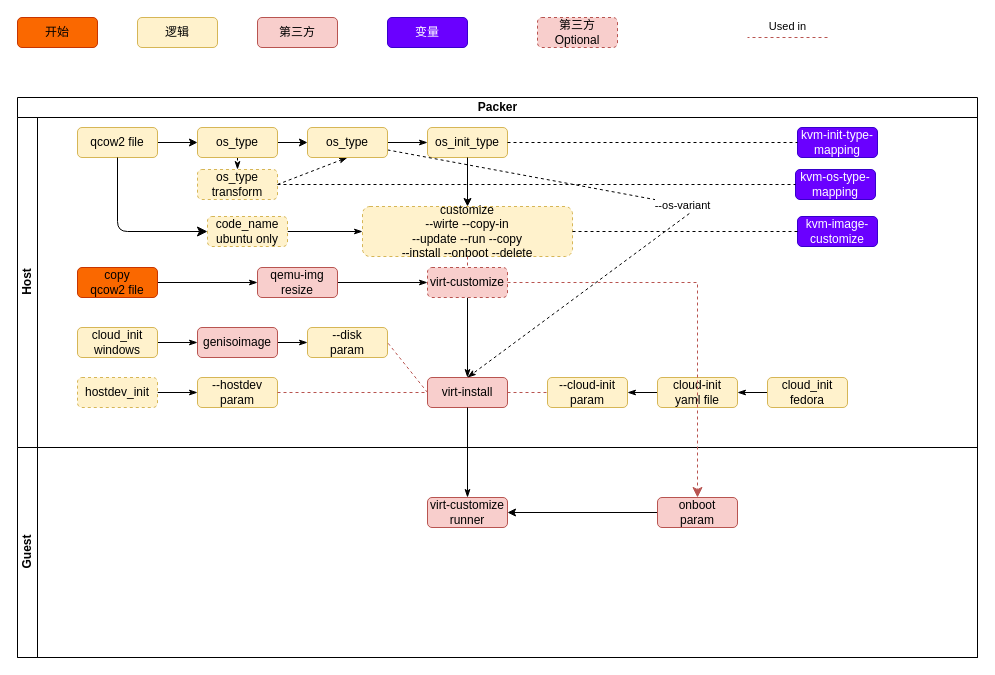
Earlier version of the draw.io diagram page "create server" (1 of 3) of docs/tips/drawio/kvm.drawio (ShaoOrg/bulletin). Source tidied: cells renumbered, new cells numbered last; positions are measured from the earlier drawing's top-left corner, leaving out a move shared by most shapes. Both pictures are drawn from the tidied source at 100%, with x=0, y=0 at pixel (17, 17).
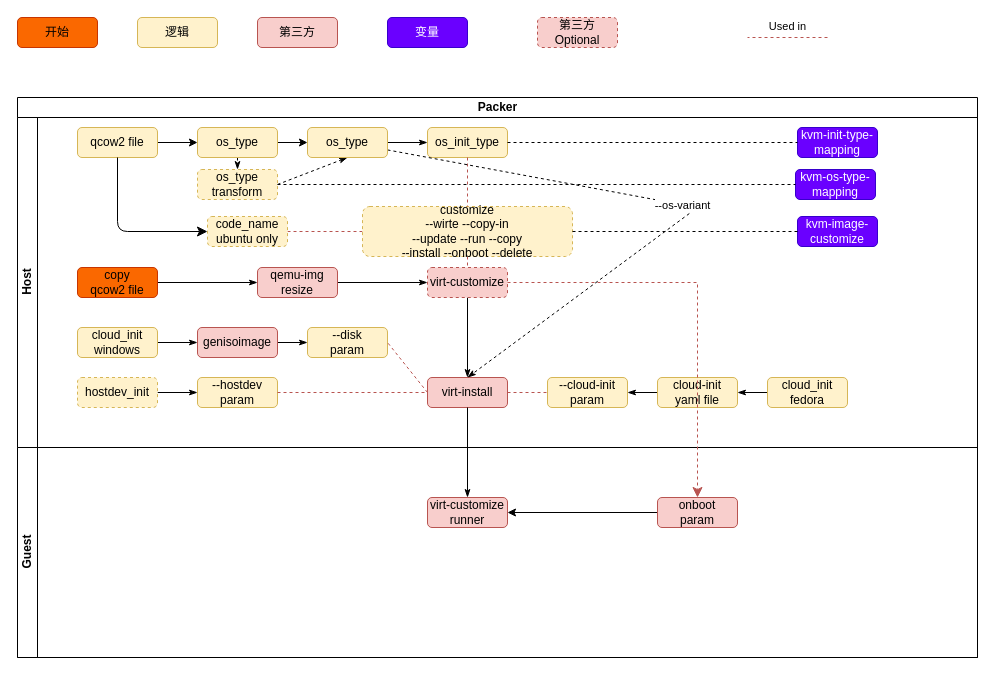
After the change.

Commit message (it also covers changes not shown here):
NOCR: committed by shell from SSZ-JOB

Unchanged cells that the change refers to:
```xml
<mxCell id="6" value="Host" style="swimlane;startSize=20;horizontal=0;html=1;" parent="5" vertex="1">
  <mxGeometry y="20" width="960" height="330" as="geometry" />
</mxCell>
<mxCell id="12" value="os_init_type" style="rounded=1;whiteSpace=wrap;html=1;fillColor=#fff2cc;strokeColor=#d6b656;" parent="6" vertex="1">
  <mxGeometry x="410" y="10" width="80" height="30" as="geometry" />
</mxCell>
<mxCell id="15" value="code_name&lt;br&gt;ubuntu only" style="rounded=1;whiteSpace=wrap;html=1;fillColor=#fff2cc;strokeColor=#d6b656;dashed=1;" parent="6" vertex="1">
  <mxGeometry x="190" y="99" width="80" height="30" as="geometry" />
</mxCell>
<mxCell id="19" value="customize&lt;br&gt;--wirte --copy-in&lt;br&gt;--update --run --copy &lt;br&gt;--install --onboot --delete" style="rounded=1;whiteSpace=wrap;html=1;fillColor=#fff2cc;strokeColor=#d6b656;dashed=1;" parent="6" vertex="1">
  <mxGeometry x="345" y="89" width="210" height="50" as="geometry" />
</mxCell>
```

Diff of the diagram source:
```diff
@@
-    <mxCell id="14" style="edgeStyle=none;html=1;entryX=0;entryY=0.5;entryDx=0;entryDy=0;endArrow=classicThin;endFill=1;" parent="6" edge="1" source="15" target="19">
+    <mxCell id="14" style="edgeStyle=none;html=1;entryX=0;entryY=0.5;entryDx=0;entryDy=0;endArrow=none;endFill=1;strokeColor=#b85450;dashed=1;spacingBottom=22;fillColor=#f8cecc;" parent="6" edge="1" source="15" target="19">
       <mxGeometry relative="1" as="geometry" />
     </mxCell>
@@
-    <mxCell id="20" style="edgeStyle=none;html=1;entryX=0.5;entryY=0;entryDx=0;entryDy=0;exitX=0.5;exitY=1;exitDx=0;exitDy=0;" parent="6" edge="1" source="12" target="19">
+    <mxCell id="20" style="edgeStyle=none;html=1;entryX=0.5;entryY=0;entryDx=0;entryDy=0;exitX=0.5;exitY=1;exitDx=0;exitDy=0;endArrow=none;strokeColor=#b85450;dashed=1;spacingBottom=22;fillColor=#f8cecc;" parent="6" edge="1" source="12" target="19">
       <mxGeometry relative="1" as="geometry" />
     </mxCell>
```
